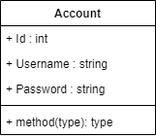
Above: diagrams/booking.drawio.png in Humteria/booking-hive (draw.io), before the change. Source tidied: cells renumbered, new cells last; positions are measured from the earlier drawing's top-left corner, leaving out a move shared by most shapes.
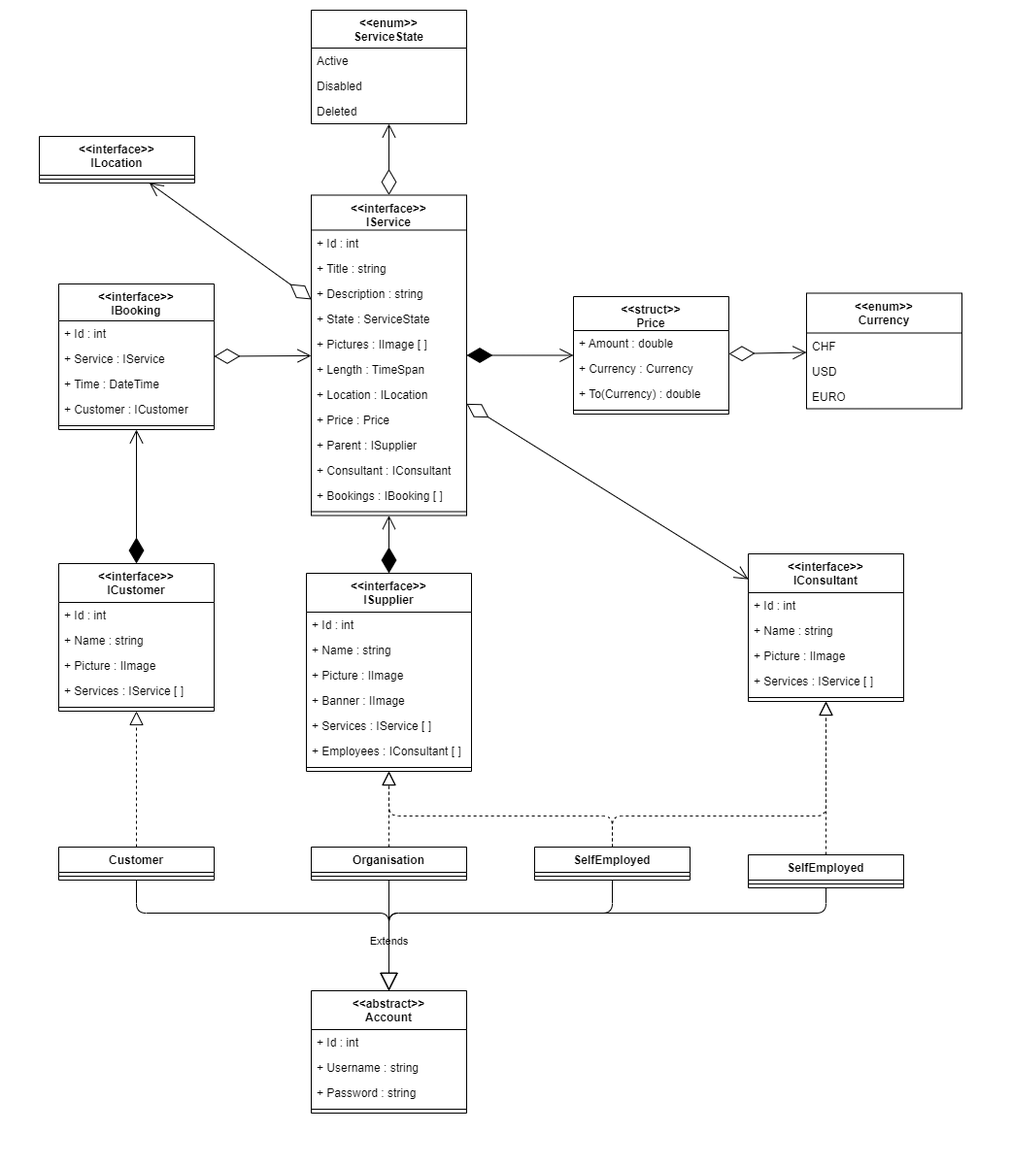
The same diagram one commit later.

Commit message:
Add first version of Service class-structure

What changed in the source:
```diff
@@ -4,20 +4,282 @@
     <mxCell id="1" parent="0" />
+    <mxCell id="8" style="rounded=0;whiteSpace=wrap;html=1;strokeColor=none;" parent="1" vertex="1">
+      <mxGeometry x="-320" y="-1020" width="1040" height="1200" as="geometry" />
+    </mxCell>
-    <mxCell id="2" value="Account" style="swimlane;fontStyle=1;align=center;verticalAlign=top;horizontal=1;startSize=26;" parent="1" vertex="1">
-      <mxGeometry width="160" height="138" as="geometry" />
+    <mxCell id="2" value="&lt;&lt;abstract&gt;&gt;&#10;Account" style="swimlane;fontStyle=1;align=center;verticalAlign=top;horizontal=1;startSize=40;" parent="1" vertex="1">
+      <mxGeometry width="160" height="126" as="geometry" />
     </mxCell>
     <mxCell id="3" value="+ Id : int" style="text;strokeColor=none;fillColor=none;align=left;verticalAlign=top;spacingLeft=4;spacingRight=4;overflow=hidden;" parent="2" vertex="1">
-      <mxGeometry y="26" width="160" height="26" as="geometry" />
+      <mxGeometry y="40" width="160" height="26" as="geometry" />
     </mxCell>
     <mxCell id="4" value="+ Username : string" style="text;strokeColor=none;fillColor=none;align=left;verticalAlign=top;spacingLeft=4;spacingRight=4;overflow=hidden;" parent="2" vertex="1">
-      <mxGeometry y="52" width="160" height="26" as="geometry" />
+      <mxGeometry y="66" width="160" height="26" as="geometry" />
     </mxCell>
     <mxCell id="5" value="+ Password : string" style="text;strokeColor=none;fillColor=none;align=left;verticalAlign=top;spacingLeft=4;spacingRight=4;overflow=hidden;" parent="2" vertex="1">
-      <mxGeometry y="78" width="160" height="26" as="geometry" />
+      <mxGeometry y="92" width="160" height="26" as="geometry" />
     </mxCell>
     <mxCell id="6" style="line;strokeWidth=1;fillColor=none;align=left;verticalAlign=middle;spacingTop=-1;spacingLeft=3;spacingRight=3;labelPosition=right;strokeColor=inherit;" parent="2" vertex="1">
-      <mxGeometry y="104" width="160" height="8" as="geometry" />
+      <mxGeometry y="118" width="160" height="8" as="geometry" />
     </mxCell>
-    <mxCell id="7" value="+ method(type): type" style="text;strokeColor=none;fillColor=none;align=left;verticalAlign=top;spacingLeft=4;spacingRight=4;overflow=hidden;" parent="2" vertex="1">
-      <mxGeometry y="112" width="160" height="26" as="geometry" />
-    </mxCell>
+    <mxCell id="9" value="&lt;&lt;interface&gt;&gt;&#10;IService" style="swimlane;fontStyle=1;align=center;verticalAlign=top;horizontal=1;startSize=36;" parent="1" vertex="1">
+      <mxGeometry y="-819.5" width="160" height="330" as="geometry" />
+    </mxCell>
+    <mxCell id="10" value="+ Id : int" style="text;strokeColor=none;fillColor=none;align=left;verticalAlign=top;spacingLeft=4;spacingRight=4;overflow=hidden;" parent="9" vertex="1">
+      <mxGeometry y="36" width="160" height="26" as="geometry" />
+    </mxCell>
+    <mxCell id="11" value="+ Title : string" style="text;strokeColor=none;fillColor=none;align=left;verticalAlign=top;spacingLeft=4;spacingRight=4;overflow=hidden;" parent="9" vertex="1">
+      <mxGeometry y="62" width="160" height="26" as="geometry" />
+    </mxCell>
+    <mxCell id="12" value="+ Description : string" style="text;strokeColor=none;fillColor=none;align=left;verticalAlign=top;spacingLeft=4;spacingRight=4;overflow=hidden;" parent="9" vertex="1">
+      <mxGeometry y="88" width="160" height="26" as="geometry" />
+    </mxCell>
+    <mxCell id="13" value="+ State : ServiceState" style="text;strokeColor=none;fillColor=none;align=left;verticalAlign=top;spacingLeft=4;spacingRight=4;overflow=hidden;" parent="9" vertex="1">
+      <mxGeometry y="114" width="160" height="26" as="geometry" />
+    </mxCell>
+    <mxCell id="14" value="+ Pictures : IImage [ ]" style="text;strokeColor=none;fillColor=none;align=left;verticalAlign=top;spacingLeft=4;spacingRight=4;overflow=hidden;" parent="9" vertex="1">
+      <mxGeometry y="140" width="160" height="26" as="geometry" />
+    </mxCell>
+    <mxCell id="15" value="+ Length : TimeSpan" style="text;strokeColor=none;fillColor=none;align=left;verticalAlign=top;spacingLeft=4;spacingRight=4;overflow=hidden;" parent="9" vertex="1">
+      <mxGeometry y="166" width="160" height="26" as="geometry" />
+    </mxCell>
+    <mxCell id="16" value="+ Location : ILocation" style="text;strokeColor=none;fillColor=none;align=left;verticalAlign=top;spacingLeft=4;spacingRight=4;overflow=hidden;" parent="9" vertex="1">
+      <mxGeometry y="192" width="160" height="26" as="geometry" />
+    </mxCell>
+    <mxCell id="17" value="+ Price : Price" style="text;strokeColor=none;fillColor=none;align=left;verticalAlign=top;spacingLeft=4;spacingRight=4;overflow=hidden;" parent="9" vertex="1">
+      <mxGeometry y="218" width="160" height="26" as="geometry" />
+    </mxCell>
+    <mxCell id="18" value="+ Parent : ISupplier" style="text;strokeColor=none;fillColor=none;align=left;verticalAlign=top;spacingLeft=4;spacingRight=4;overflow=hidden;" parent="9" vertex="1">
+      <mxGeometry y="244" width="160" height="26" as="geometry" />
+    </mxCell>
+    <mxCell id="19" value="+ Consultant : IConsultant" style="text;strokeColor=none;fillColor=none;align=left;verticalAlign=top;spacingLeft=4;spacingRight=4;overflow=hidden;" parent="9" vertex="1">
+      <mxGeometry y="270" width="160" height="26" as="geometry" />
+    </mxCell>
+    <mxCell id="20" value="+ Bookings : IBooking [ ]" style="text;strokeColor=none;fillColor=none;align=left;verticalAlign=top;spacingLeft=4;spacingRight=4;overflow=hidden;" parent="9" vertex="1">
+      <mxGeometry y="296" width="160" height="26" as="geometry" />
+    </mxCell>
+    <mxCell id="21" style="line;strokeWidth=1;fillColor=none;align=left;verticalAlign=middle;spacingTop=-1;spacingLeft=3;spacingRight=3;labelPosition=right;strokeColor=inherit;" parent="9" vertex="1">
+      <mxGeometry y="322" width="160" height="8" as="geometry" />
+    </mxCell>
+    <mxCell id="22" value="&lt;&lt;interface&gt;&gt;&#10;ISupplier" style="swimlane;fontStyle=1;align=center;verticalAlign=top;horizontal=1;startSize=40;" parent="1" vertex="1">
+      <mxGeometry x="-5" y="-430" width="170" height="204" as="geometry" />
+    </mxCell>
+    <mxCell id="23" value="+ Id : int" style="text;strokeColor=none;fillColor=none;align=left;verticalAlign=top;spacingLeft=4;spacingRight=4;overflow=hidden;" parent="22" vertex="1">
+      <mxGeometry y="40" width="170" height="26" as="geometry" />
+    </mxCell>
+    <mxCell id="24" value="+ Name : string" style="text;strokeColor=none;fillColor=none;align=left;verticalAlign=top;spacingLeft=4;spacingRight=4;overflow=hidden;" parent="22" vertex="1">
+      <mxGeometry y="66" width="170" height="26" as="geometry" />
+    </mxCell>
+    <mxCell id="25" value="+ Picture : IImage" style="text;strokeColor=none;fillColor=none;align=left;verticalAlign=top;spacingLeft=4;spacingRight=4;overflow=hidden;" parent="22" vertex="1">
+      <mxGeometry y="92" width="170" height="26" as="geometry" />
+    </mxCell>
+    <mxCell id="26" value="+ Banner : IImage" style="text;strokeColor=none;fillColor=none;align=left;verticalAlign=top;spacingLeft=4;spacingRight=4;overflow=hidden;" parent="22" vertex="1">
+      <mxGeometry y="118" width="170" height="26" as="geometry" />
+    </mxCell>
+    <mxCell id="27" value="+ Services : IService [ ]" style="text;strokeColor=none;fillColor=none;align=left;verticalAlign=top;spacingLeft=4;spacingRight=4;overflow=hidden;" parent="22" vertex="1">
+      <mxGeometry y="144" width="170" height="26" as="geometry" />
+    </mxCell>
+    <mxCell id="28" value="+ Employees : IConsultant [ ]" style="text;strokeColor=none;fillColor=none;align=left;verticalAlign=top;spacingLeft=4;spacingRight=4;overflow=hidden;" parent="22" vertex="1">
+      <mxGeometry y="170" width="170" height="26" as="geometry" />
+    </mxCell>
+    <mxCell id="29" style="line;strokeWidth=1;fillColor=none;align=left;verticalAlign=middle;spacingTop=-1;spacingLeft=3;spacingRight=3;labelPosition=right;strokeColor=inherit;" parent="22" vertex="1">
+      <mxGeometry y="196" width="170" height="8" as="geometry" />
+    </mxCell>
+    <mxCell id="30" value="&lt;&lt;interface&gt;&gt;&#10;IBooking" style="swimlane;fontStyle=1;align=center;verticalAlign=top;horizontal=1;startSize=38;" parent="1" vertex="1">
+      <mxGeometry x="-260" y="-728" width="160" height="150" as="geometry" />
+    </mxCell>
+    <mxCell id="31" value="+ Id : int" style="text;strokeColor=none;fillColor=none;align=left;verticalAlign=top;spacingLeft=4;spacingRight=4;overflow=hidden;" parent="30" vertex="1">
+      <mxGeometry y="38" width="160" height="26" as="geometry" />
+    </mxCell>
+    <mxCell id="32" value="+ Service : IService" style="text;strokeColor=none;fillColor=none;align=left;verticalAlign=top;spacingLeft=4;spacingRight=4;overflow=hidden;" parent="30" vertex="1">
+      <mxGeometry y="64" width="160" height="26" as="geometry" />
+    </mxCell>
+    <mxCell id="33" value="+ Time : DateTime" style="text;strokeColor=none;fillColor=none;align=left;verticalAlign=top;spacingLeft=4;spacingRight=4;overflow=hidden;" parent="30" vertex="1">
+      <mxGeometry y="90" width="160" height="26" as="geometry" />
+    </mxCell>
+    <mxCell id="34" value="+ Customer : ICustomer" style="text;strokeColor=none;fillColor=none;align=left;verticalAlign=top;spacingLeft=4;spacingRight=4;overflow=hidden;" parent="30" vertex="1">
+      <mxGeometry y="116" width="160" height="26" as="geometry" />
+    </mxCell>
+    <mxCell id="35" style="line;strokeWidth=1;fillColor=none;align=left;verticalAlign=middle;spacingTop=-1;spacingLeft=3;spacingRight=3;labelPosition=right;strokeColor=inherit;" parent="30" vertex="1">
+      <mxGeometry y="142" width="160" height="8" as="geometry" />
+    </mxCell>
+    <mxCell id="36" value="&lt;&lt;struct&gt;&gt;&#10;Price" style="swimlane;fontStyle=1;align=center;verticalAlign=top;horizontal=1;startSize=35;" parent="1" vertex="1">
+      <mxGeometry x="270" y="-715" width="160" height="121" as="geometry" />
+    </mxCell>
+    <mxCell id="37" value="+ Amount : double" style="text;strokeColor=none;fillColor=none;align=left;verticalAlign=top;spacingLeft=4;spacingRight=4;overflow=hidden;" parent="36" vertex="1">
+      <mxGeometry y="35" width="160" height="26" as="geometry" />
+    </mxCell>
+    <mxCell id="38" value="+ Currency : Currency" style="text;strokeColor=none;fillColor=none;align=left;verticalAlign=top;spacingLeft=4;spacingRight=4;overflow=hidden;" parent="36" vertex="1">
+      <mxGeometry y="61" width="160" height="26" as="geometry" />
+    </mxCell>
+    <mxCell id="39" value="+ To(Currency) : double" style="text;strokeColor=none;fillColor=none;align=left;verticalAlign=top;spacingLeft=4;spacingRight=4;overflow=hidden;" parent="36" vertex="1">
+      <mxGeometry y="87" width="160" height="26" as="geometry" />
+    </mxCell>
+    <mxCell id="40" style="line;strokeWidth=1;fillColor=none;align=left;verticalAlign=middle;spacingTop=-1;spacingLeft=3;spacingRight=3;labelPosition=right;strokeColor=inherit;" parent="36" vertex="1">
+      <mxGeometry y="113" width="160" height="8" as="geometry" />
+    </mxCell>
+    <mxCell id="41" value="&lt;&lt;enum&gt;&gt; &#10;Currency" style="swimlane;fontStyle=1;align=center;verticalAlign=top;horizontal=1;startSize=41;" parent="1" vertex="1">
+      <mxGeometry x="510" y="-718.5" width="160" height="119" as="geometry" />
+    </mxCell>
+    <mxCell id="42" value="CHF" style="text;strokeColor=none;fillColor=none;align=left;verticalAlign=top;spacingLeft=4;spacingRight=4;overflow=hidden;" parent="41" vertex="1">
+      <mxGeometry y="41" width="160" height="26" as="geometry" />
+    </mxCell>
+    <mxCell id="43" value="USD" style="text;strokeColor=none;fillColor=none;align=left;verticalAlign=top;spacingLeft=4;spacingRight=4;overflow=hidden;" parent="41" vertex="1">
+      <mxGeometry y="67" width="160" height="26" as="geometry" />
+    </mxCell>
+    <mxCell id="44" value="EURO" style="text;strokeColor=none;fillColor=none;align=left;verticalAlign=top;spacingLeft=4;spacingRight=4;overflow=hidden;" parent="41" vertex="1">
+      <mxGeometry y="93" width="160" height="26" as="geometry" />
+    </mxCell>
+    <mxCell id="45" style="endArrow=diamondThin;endFill=1;endSize=24;html=1;startArrow=open;startFill=0;startSize=12;" parent="1" edge="1" source="36" target="9">
+      <mxGeometry relative="1" as="geometry" />
+    </mxCell>
+    <mxCell id="46" style="endArrow=diamondThin;endFill=0;endSize=24;html=1;startArrow=open;startFill=0;startSize=12;" parent="1" edge="1" source="9" target="30">
+      <mxGeometry relative="1" as="geometry" />
+    </mxCell>
+    <mxCell id="47" value="&lt;&lt;enum&gt;&gt; &#10;ServiceState" style="swimlane;fontStyle=1;align=center;verticalAlign=top;horizontal=1;startSize=39;" parent="1" vertex="1">
+      <mxGeometry y="-1010" width="160" height="117" as="geometry" />
+    </mxCell>
+    <mxCell id="48" value="Active" style="text;strokeColor=none;fillColor=none;align=left;verticalAlign=top;spacingLeft=4;spacingRight=4;overflow=hidden;" parent="47" vertex="1">
+      <mxGeometry y="39" width="160" height="26" as="geometry" />
+    </mxCell>
+    <mxCell id="49" value="Disabled" style="text;strokeColor=none;fillColor=none;align=left;verticalAlign=top;spacingLeft=4;spacingRight=4;overflow=hidden;" parent="47" vertex="1">
+      <mxGeometry y="65" width="160" height="26" as="geometry" />
+    </mxCell>
+    <mxCell id="50" value="Deleted" style="text;strokeColor=none;fillColor=none;align=left;verticalAlign=top;spacingLeft=4;spacingRight=4;overflow=hidden;" parent="47" vertex="1">
+      <mxGeometry y="91" width="160" height="26" as="geometry" />
+    </mxCell>
+    <mxCell id="51" style="endArrow=diamondThin;endFill=0;endSize=24;html=1;startArrow=open;startFill=0;startSize=12;" parent="1" edge="1" source="47" target="9">
+      <mxGeometry relative="1" as="geometry" />
+    </mxCell>
+    <mxCell id="52" style="endArrow=diamondThin;endFill=0;endSize=24;html=1;startArrow=open;startFill=0;startSize=12;" parent="1" edge="1" source="41" target="36">
+      <mxGeometry relative="1" as="geometry" />
+    </mxCell>
+    <mxCell id="53" style="endArrow=diamondThin;endFill=1;endSize=24;html=1;startArrow=open;startFill=0;startSize=12;" parent="1" edge="1" source="9" target="22">
+      <mxGeometry relative="1" as="geometry" />
+    </mxCell>
+    <mxCell id="54" value="&lt;&lt;interface&gt;&gt;&#10;ILocation" style="swimlane;fontStyle=1;align=center;verticalAlign=top;horizontal=1;startSize=40;" parent="1" vertex="1">
+      <mxGeometry x="-280" y="-880" width="160" height="48" as="geometry" />
+    </mxCell>
+    <mxCell id="55" style="line;strokeWidth=1;fillColor=none;align=left;verticalAlign=middle;spacingTop=-1;spacingLeft=3;spacingRight=3;labelPosition=right;strokeColor=inherit;" parent="54" vertex="1">
+      <mxGeometry y="40" width="160" height="8" as="geometry" />
+    </mxCell>
+    <mxCell id="56" style="endArrow=diamondThin;endFill=0;endSize=24;html=1;startArrow=open;startFill=0;startSize=12;" parent="1" edge="1" source="54" target="9">
+      <mxGeometry relative="1" as="geometry" />
+    </mxCell>
+    <mxCell id="57" value="&lt;&lt;interface&gt;&gt;&#10;ICustomer" style="swimlane;fontStyle=1;align=center;verticalAlign=top;horizontal=1;startSize=40;" parent="1" vertex="1">
+      <mxGeometry x="-260" y="-440" width="160" height="152" as="geometry" />
+    </mxCell>
+    <mxCell id="58" value="+ Id : int" style="text;strokeColor=none;fillColor=none;align=left;verticalAlign=top;spacingLeft=4;spacingRight=4;overflow=hidden;" parent="57" vertex="1">
+      <mxGeometry y="40" width="160" height="26" as="geometry" />
+    </mxCell>
+    <mxCell id="59" value="+ Name : string" style="text;strokeColor=none;fillColor=none;align=left;verticalAlign=top;spacingLeft=4;spacingRight=4;overflow=hidden;" parent="57" vertex="1">
+      <mxGeometry y="66" width="160" height="26" as="geometry" />
+    </mxCell>
+    <mxCell id="60" value="+ Picture : IImage" style="text;strokeColor=none;fillColor=none;align=left;verticalAlign=top;spacingLeft=4;spacingRight=4;overflow=hidden;" parent="57" vertex="1">
+      <mxGeometry y="92" width="160" height="26" as="geometry" />
+    </mxCell>
+    <mxCell id="61" value="+ Services : IService [ ]" style="text;strokeColor=none;fillColor=none;align=left;verticalAlign=top;spacingLeft=4;spacingRight=4;overflow=hidden;" parent="57" vertex="1">
+      <mxGeometry y="118" width="160" height="26" as="geometry" />
+    </mxCell>
+    <mxCell id="62" style="line;strokeWidth=1;fillColor=none;align=left;verticalAlign=middle;spacingTop=-1;spacingLeft=3;spacingRight=3;labelPosition=right;strokeColor=inherit;" parent="57" vertex="1">
+      <mxGeometry y="144" width="160" height="8" as="geometry" />
+    </mxCell>
+    <mxCell id="63" style="endArrow=diamondThin;endFill=1;endSize=24;html=1;startArrow=open;startFill=0;startSize=12;" parent="1" edge="1" source="30" target="57">
+      <mxGeometry relative="1" as="geometry" />
+    </mxCell>
+    <mxCell id="64" value="&lt;&lt;interface&gt;&gt;&#10;IConsultant" style="swimlane;fontStyle=1;align=center;verticalAlign=top;horizontal=1;startSize=40;" parent="1" vertex="1">
+      <mxGeometry x="450" y="-450" width="160" height="152" as="geometry" />
+    </mxCell>
+    <mxCell id="65" value="+ Id : int" style="text;strokeColor=none;fillColor=none;align=left;verticalAlign=top;spacingLeft=4;spacingRight=4;overflow=hidden;" parent="64" vertex="1">
+      <mxGeometry y="40" width="160" height="26" as="geometry" />
+    </mxCell>
+    <mxCell id="66" value="+ Name : string" style="text;strokeColor=none;fillColor=none;align=left;verticalAlign=top;spacingLeft=4;spacingRight=4;overflow=hidden;" parent="64" vertex="1">
+      <mxGeometry y="66" width="160" height="26" as="geometry" />
+    </mxCell>
+    <mxCell id="67" value="+ Picture : IImage" style="text;strokeColor=none;fillColor=none;align=left;verticalAlign=top;spacingLeft=4;spacingRight=4;overflow=hidden;" parent="64" vertex="1">
+      <mxGeometry y="92" width="160" height="26" as="geometry" />
+    </mxCell>
+    <mxCell id="68" value="+ Services : IService [ ]" style="text;strokeColor=none;fillColor=none;align=left;verticalAlign=top;spacingLeft=4;spacingRight=4;overflow=hidden;" parent="64" vertex="1">
+      <mxGeometry y="118" width="160" height="26" as="geometry" />
+    </mxCell>
+    <mxCell id="69" style="line;strokeWidth=1;fillColor=none;align=left;verticalAlign=middle;spacingTop=-1;spacingLeft=3;spacingRight=3;labelPosition=right;strokeColor=inherit;" parent="64" vertex="1">
+      <mxGeometry y="144" width="160" height="8" as="geometry" />
+    </mxCell>
+    <mxCell id="70" style="endArrow=diamondThin;endFill=0;endSize=24;html=1;startArrow=open;startFill=0;startSize=12;" parent="1" edge="1" source="64" target="9">
+      <mxGeometry relative="1" as="geometry" />
+    </mxCell>
+    <mxCell id="71" style="endArrow=block;dashed=1;endFill=0;endSize=12;html=1;" parent="1" edge="1" source="82" target="64">
+      <mxGeometry relative="1" as="geometry" />
+    </mxCell>
+    <mxCell id="72" style="endArrow=block;endSize=16;endFill=0;html=1;" parent="1" edge="1" source="82" target="2">
+      <mxGeometry relative="1" as="geometry">
+        <Array as="points">
+          <mxPoint x="530" y="-80" />
+          <mxPoint x="80" y="-80" />
+        </Array>
+      </mxGeometry>
+    </mxCell>
+    <mxCell id="73" style="endArrow=block;dashed=1;endFill=0;endSize=12;html=1;" parent="1" edge="1" source="84" target="22">
+      <mxGeometry relative="1" as="geometry" />
+    </mxCell>
+    <mxCell id="74" value="Extends" style="endArrow=block;endSize=16;endFill=0;html=1;" parent="1" edge="1" source="84" target="2">
+      <mxGeometry x="0.11" relative="1" as="geometry" />
+    </mxCell>
+    <mxCell id="75" style="endArrow=block;dashed=1;endFill=0;endSize=12;html=1;" parent="1" edge="1" source="80" target="22">
+      <mxGeometry relative="1" as="geometry">
+        <Array as="points">
+          <mxPoint x="310" y="-180" />
+          <mxPoint x="80" y="-180" />
+        </Array>
+      </mxGeometry>
+    </mxCell>
+    <mxCell id="76" style="endArrow=block;dashed=1;endFill=0;endSize=12;html=1;" parent="1" edge="1" source="80" target="64">
+      <mxGeometry relative="1" as="geometry">
+        <Array as="points">
+          <mxPoint x="310" y="-180" />
+          <mxPoint x="530" y="-180" />
+        </Array>
+      </mxGeometry>
+    </mxCell>
+    <mxCell id="77" style="endArrow=block;endSize=16;endFill=0;html=1;" parent="1" edge="1" source="80" target="2">
+      <mxGeometry relative="1" as="geometry">
+        <Array as="points">
+          <mxPoint x="310" y="-80" />
+          <mxPoint x="80" y="-80" />
+        </Array>
+      </mxGeometry>
+    </mxCell>
+    <mxCell id="78" style="endArrow=block;dashed=1;endFill=0;endSize=12;html=1;" parent="1" edge="1" source="86" target="57">
+      <mxGeometry relative="1" as="geometry" />
+    </mxCell>
+    <mxCell id="79" style="endArrow=block;endSize=16;endFill=0;html=1;" parent="1" edge="1" source="86" target="2">
+      <mxGeometry relative="1" as="geometry">
+        <Array as="points">
+          <mxPoint x="-180" y="-80" />
+          <mxPoint x="80" y="-80" />
+        </Array>
+      </mxGeometry>
+    </mxCell>
+    <mxCell id="80" value="SelfEmployed" style="swimlane;fontStyle=1;align=center;verticalAlign=top;horizontal=1;startSize=26;" parent="1" vertex="1">
+      <mxGeometry x="230" y="-148" width="160" height="34" as="geometry" />
+    </mxCell>
+    <mxCell id="81" style="line;strokeWidth=1;fillColor=none;align=left;verticalAlign=middle;spacingTop=-1;spacingLeft=3;spacingRight=3;labelPosition=right;strokeColor=inherit;" parent="80" vertex="1">
+      <mxGeometry y="26" width="160" height="8" as="geometry" />
+    </mxCell>
+    <mxCell id="82" value="SelfEmployed" style="swimlane;fontStyle=1;align=center;verticalAlign=top;horizontal=1;startSize=26;" parent="1" vertex="1">
+      <mxGeometry x="450" y="-140" width="160" height="34" as="geometry" />
+    </mxCell>
+    <mxCell id="83" style="line;strokeWidth=1;fillColor=none;align=left;verticalAlign=middle;spacingTop=-1;spacingLeft=3;spacingRight=3;labelPosition=right;strokeColor=inherit;" parent="82" vertex="1">
+      <mxGeometry y="26" width="160" height="8" as="geometry" />
+    </mxCell>
+    <mxCell id="84" value="Organisation" style="swimlane;fontStyle=1;align=center;verticalAlign=top;horizontal=1;startSize=26;" parent="1" vertex="1">
+      <mxGeometry y="-148" width="160" height="34" as="geometry" />
+    </mxCell>
+    <mxCell id="85" style="line;strokeWidth=1;fillColor=none;align=left;verticalAlign=middle;spacingTop=-1;spacingLeft=3;spacingRight=3;labelPosition=right;strokeColor=inherit;" parent="84" vertex="1">
+      <mxGeometry y="26" width="160" height="8" as="geometry" />
+    </mxCell>
+    <mxCell id="86" value="Customer" style="swimlane;fontStyle=1;align=center;verticalAlign=top;horizontal=1;startSize=26;" parent="1" vertex="1">
+      <mxGeometry x="-260" y="-148" width="160" height="34" as="geometry" />
+    </mxCell>
+    <mxCell id="87" style="line;strokeWidth=1;fillColor=none;align=left;verticalAlign=middle;spacingTop=-1;spacingLeft=3;spacingRight=3;labelPosition=right;strokeColor=inherit;" parent="86" vertex="1">
+      <mxGeometry y="26" width="160" height="8" as="geometry" />
+    </mxCell>
   </root>
```
